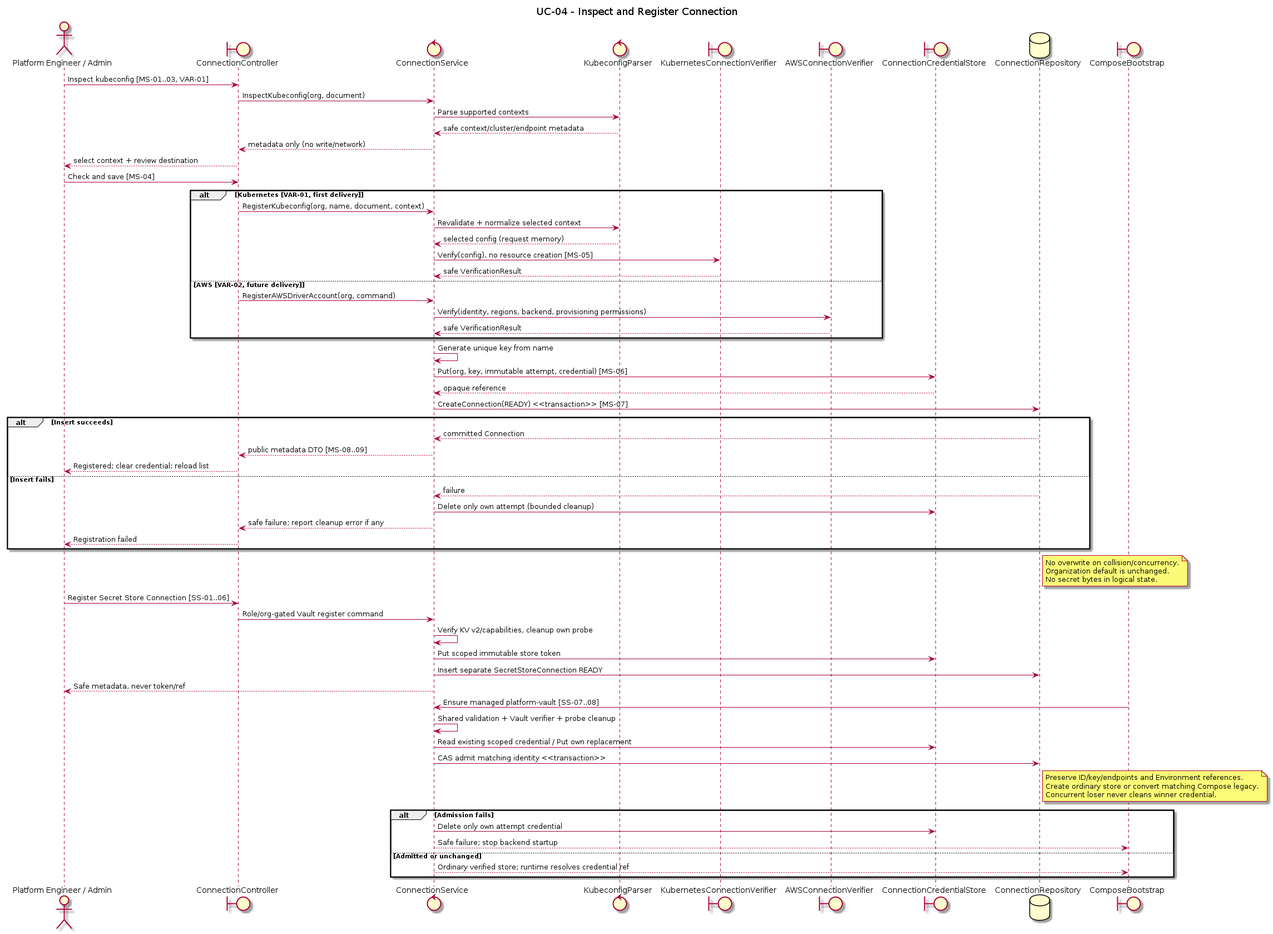
Before: orchestrator_docs/usecase/UC-04/sequence.png, a diagram exported from PlantUML (pr3s3nt/poc). Its source is kept beside it as orchestrator_docs/usecase/UC-04/sequence.puml.
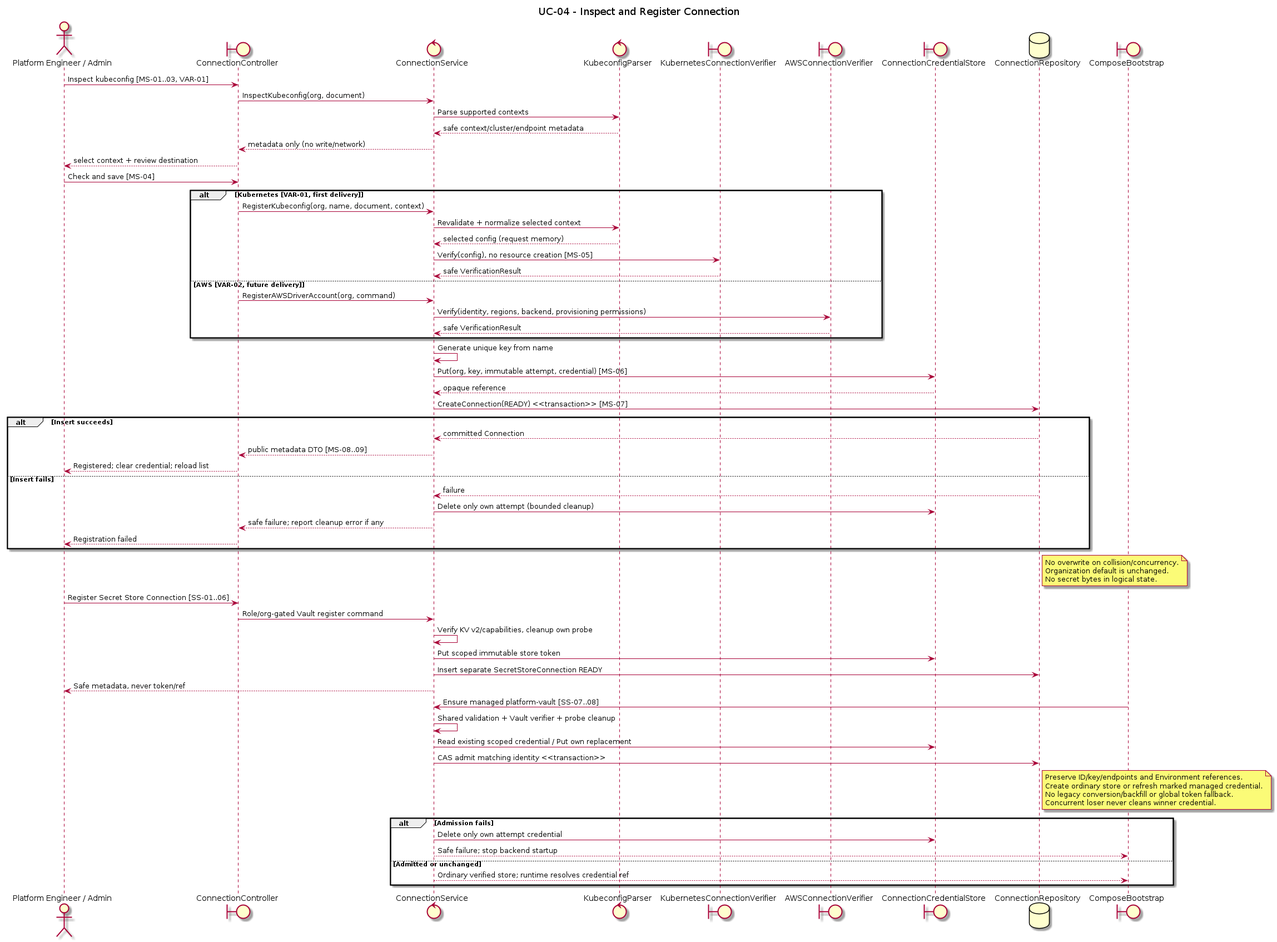
After the commit.

Diff of the diagram source:
```diff
@@ -58,7 +58,8 @@
 Service -> Repo: CAS admit matching identity <<transaction>>
 note right of Repo
 Preserve ID/key/endpoints and Environment references.
-Create ordinary store or convert matching Compose legacy.
+Create ordinary store or refresh marked managed credential.
+No legacy conversion/backfill or global token fallback.
 Concurrent loser never cleans winner credential.
 end note
 alt Admission fails
```
